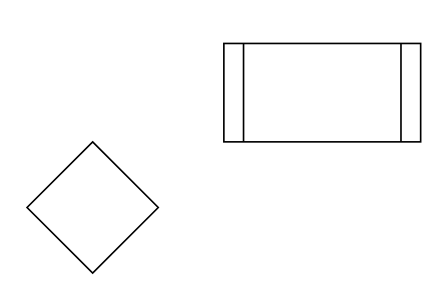
Earlier version of the draw.io diagram drawio/未命名绘图.drawio (d6ren/image). Source tidied: cells renumbered, new cells numbered last; positions are measured from the earlier drawing's top-left corner, leaving out a move shared by most shapes. Both pictures are drawn from the tidied source at 164%, with x=0, y=0 at pixel (26, 43).
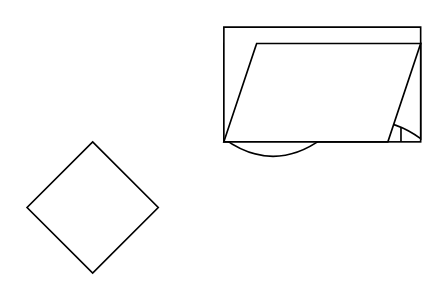
After the change.

Diff of the diagram source:
```diff
@@
 <mxGraphModel>
   <root>
     <mxCell id="0" />
     <mxCell id="1" parent="0" />
     <mxCell id="2" style="shape=process;whiteSpace=wrap;html=1;backgroundOutline=1;" parent="1" vertex="1">
       <mxGeometry x="120" width="120" height="60" as="geometry" />
     </mxCell>
     <mxCell id="3" style="rhombus;whiteSpace=wrap;html=1;" parent="1" vertex="1">
       <mxGeometry y="60" width="80" height="80" as="geometry" />
     </mxCell>
+    <mxCell id="4" style="shape=document;whiteSpace=wrap;html=1;boundedLbl=1;" parent="1" vertex="1">
+      <mxGeometry x="120" y="-10" width="120" height="80" as="geometry" />
+    </mxCell>
+    <mxCell id="5" style="shape=parallelogram;perimeter=parallelogramPerimeter;whiteSpace=wrap;html=1;fixedSize=1;" parent="1" vertex="1">
+      <mxGeometry x="120" width="120" height="60" as="geometry" />
+    </mxCell>
   </root>
 </mxGraphModel>
```
